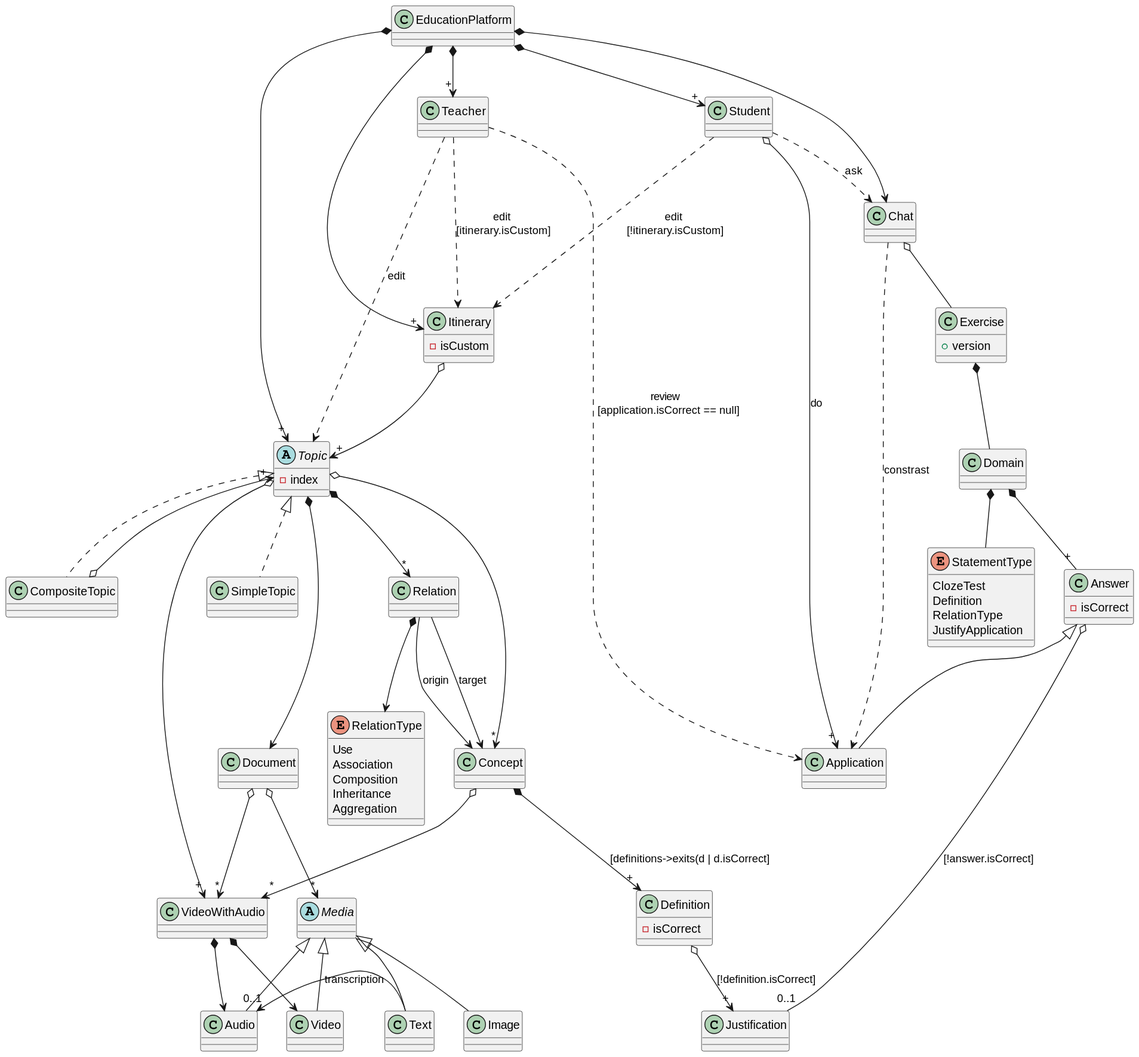
The PlantUML diagram out/Diagrams/EducationPlatform/DomainJuanpisPerspective/DomainJuanpisPerspective.svg in jumpering/lab-turing, before a commit. The source it was exported from:
```plantuml
@startuml
class Itinerary {
    - isCustom
}

EducationPlatform *--> "+" Teacher
EducationPlatform *--> "+" Student
EducationPlatform *--> "+" Topic
EducationPlatform *--> "+" Itinerary
EducationPlatform *--> Chat

Itinerary o--> "+" Topic

class Exercise{
    + version
}
Exercise *-- Domain

Domain *-- "+" Answer
Domain *-- StatementType

enum StatementType{
    ClozeTest
    Definition
    RelationType
    JustifyApplication
}

class Answer{
    - isCorrect
}
Answer o-- "0..1" Justification: [!answer.isCorrect]
Answer <|-- Application

Teacher ..> Application: review \n [application.isCorrect == null]
Teacher ..> Topic: edit

Chat o-- Exercise
Chat ..> Application: constrast

Teacher ...> Itinerary: edit \n[itinerary.isCustom]

Student ...> Itinerary: edit \n[!itinerary.isCustom]
Student o--> "+" Application: do
Student ..> Chat: ask

abstract Topic{
    - index
}
Topic <|.. CompositeTopic
Topic <|.. SimpleTopic
Topic o--> "*" Concept
Topic *--> Document
Topic *--> "*" Relation
Topic o--> "+" VideoWithAudio

CompositeTopic o--> "+" Topic

Concept *--> "+" Definition: [definitions->exits(d | d.isCorrect]
Concept o--> "*" VideoWithAudio

Relation --> Concept: origin
Relation --> Concept: target
Relation *--> RelationType

enum RelationType {
    Use
    Association
    Composition
    Inheritance
    Aggregation
}

class Definition {
    - isCorrect
}
Definition o-->"+" Justification: [!definition.isCorrect]

Document o--> "*" VideoWithAudio
Document o--> "*" Media

VideoWithAudio *--> Audio
VideoWithAudio *--> Video

abstract Media {}
Media <|-- Image
Media <|-- Text
Media <|-- Audio
Media <|-- Video

Text -left-> "0..1" Audio: transcription
@enduml
```
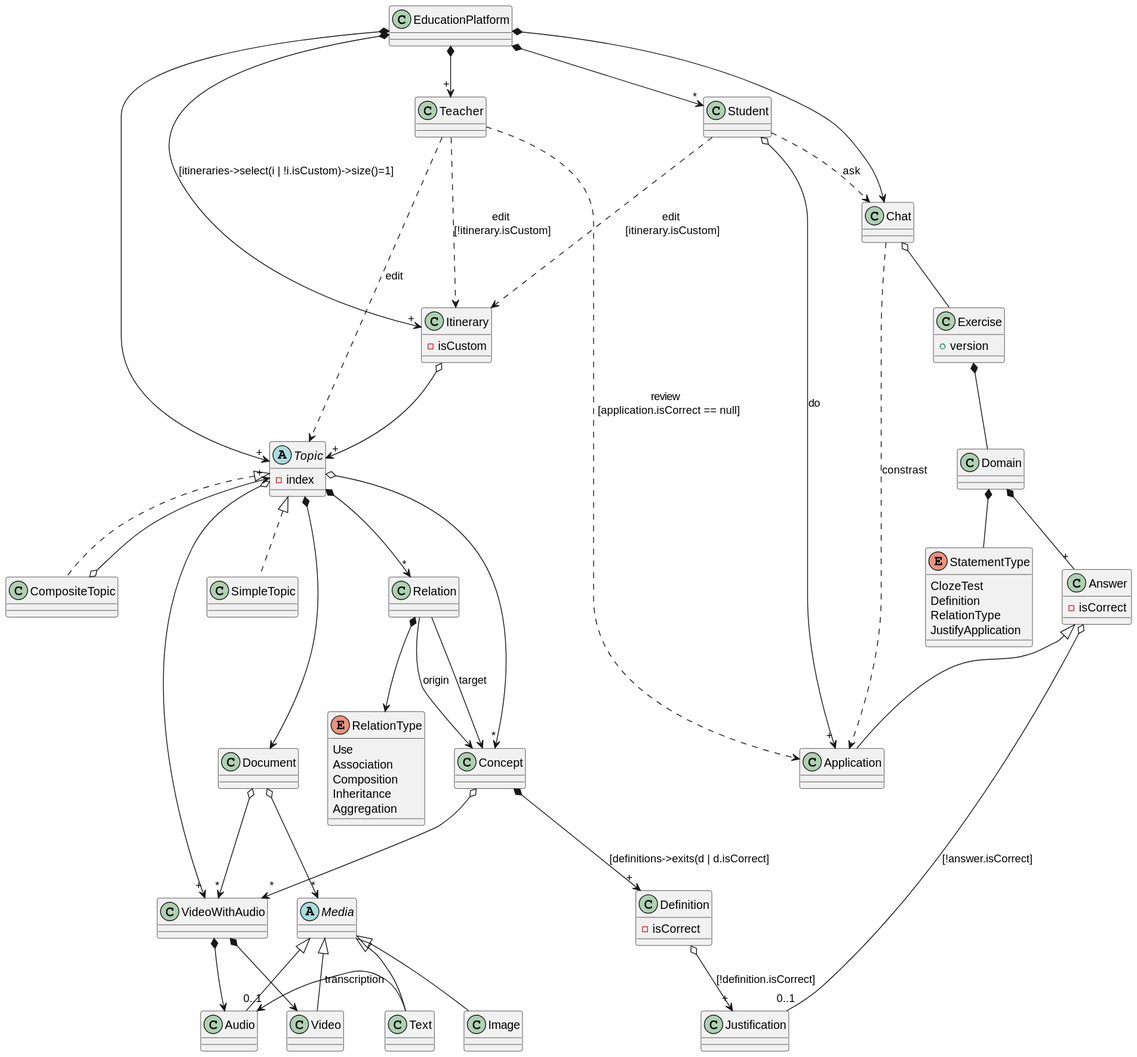
Later version of the same file.

Diff of the diagram source:
```diff
@@ -4,9 +4,9 @@
 }
 
 EducationPlatform *--> "+" Teacher
-EducationPlatform *--> "+" Student
+EducationPlatform *--> "*" Student
 EducationPlatform *--> "+" Topic
-EducationPlatform *--> "+" Itinerary
+EducationPlatform *--> "+" Itinerary: [itineraries->select(i | !i.isCustom)->size()=1]
 EducationPlatform *--> Chat
 
 Itinerary o--> "+" Topic
@@ -34,13 +34,12 @@
 
 Teacher ..> Application: review \n [application.isCorrect == null]
 Teacher ..> Topic: edit
+Teacher ...> Itinerary: edit \n[!itinerary.isCustom]
 
 Chat o-- Exercise
 Chat ..> Application: constrast
 
-Teacher ...> Itinerary: edit \n[itinerary.isCustom]
-
-Student ...> Itinerary: edit \n[!itinerary.isCustom]
+Student ...> Itinerary: edit \n[itinerary.isCustom]
 Student o--> "+" Application: do
 Student ..> Chat: ask
 
```
